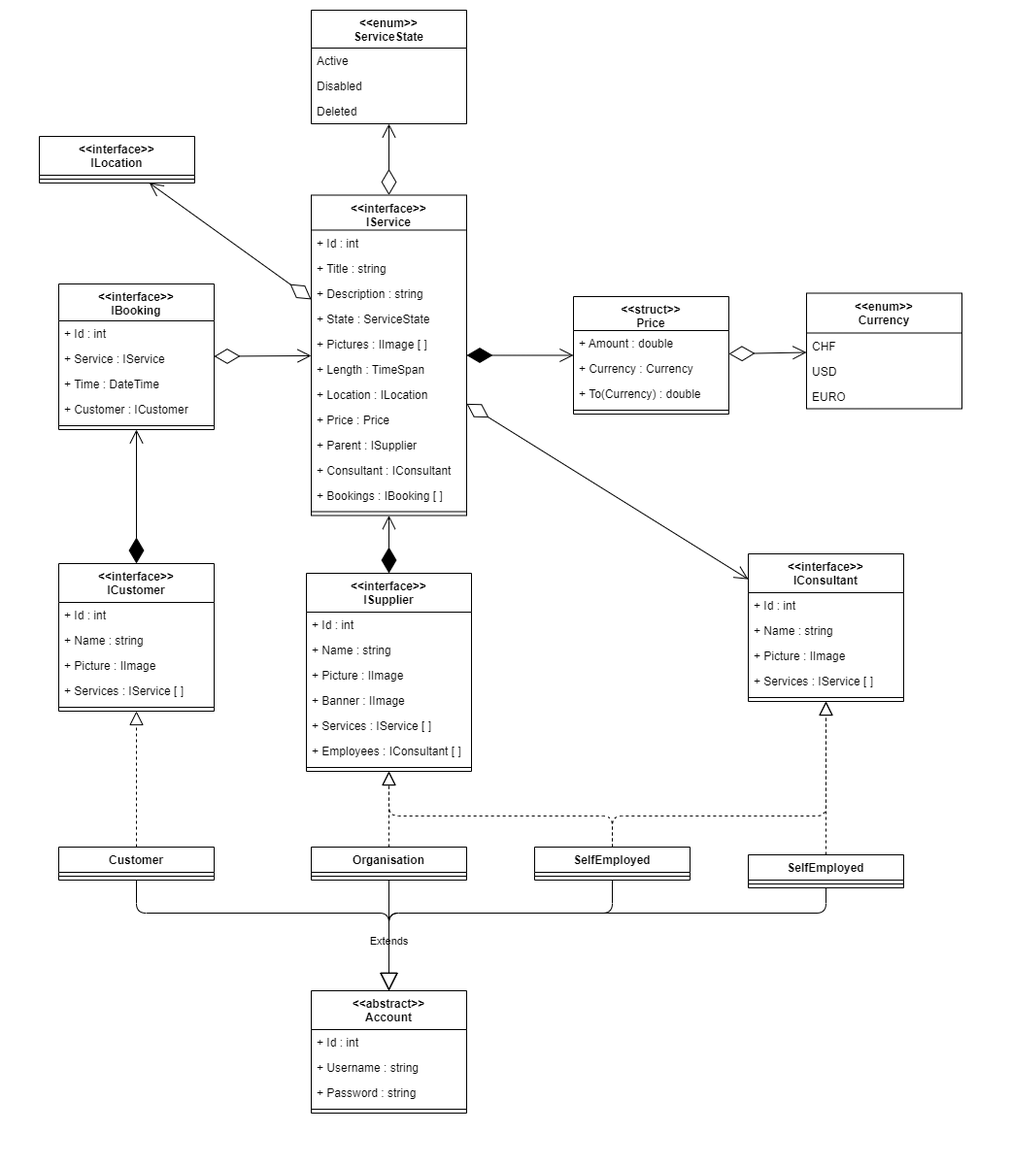
Above: diagrams/booking.drawio.png in Humteria/booking-hive (draw.io), before the change. Source tidied: cells renumbered, new cells last; positions are measured from the earlier drawing's top-left corner, leaving out a move shared by most shapes.
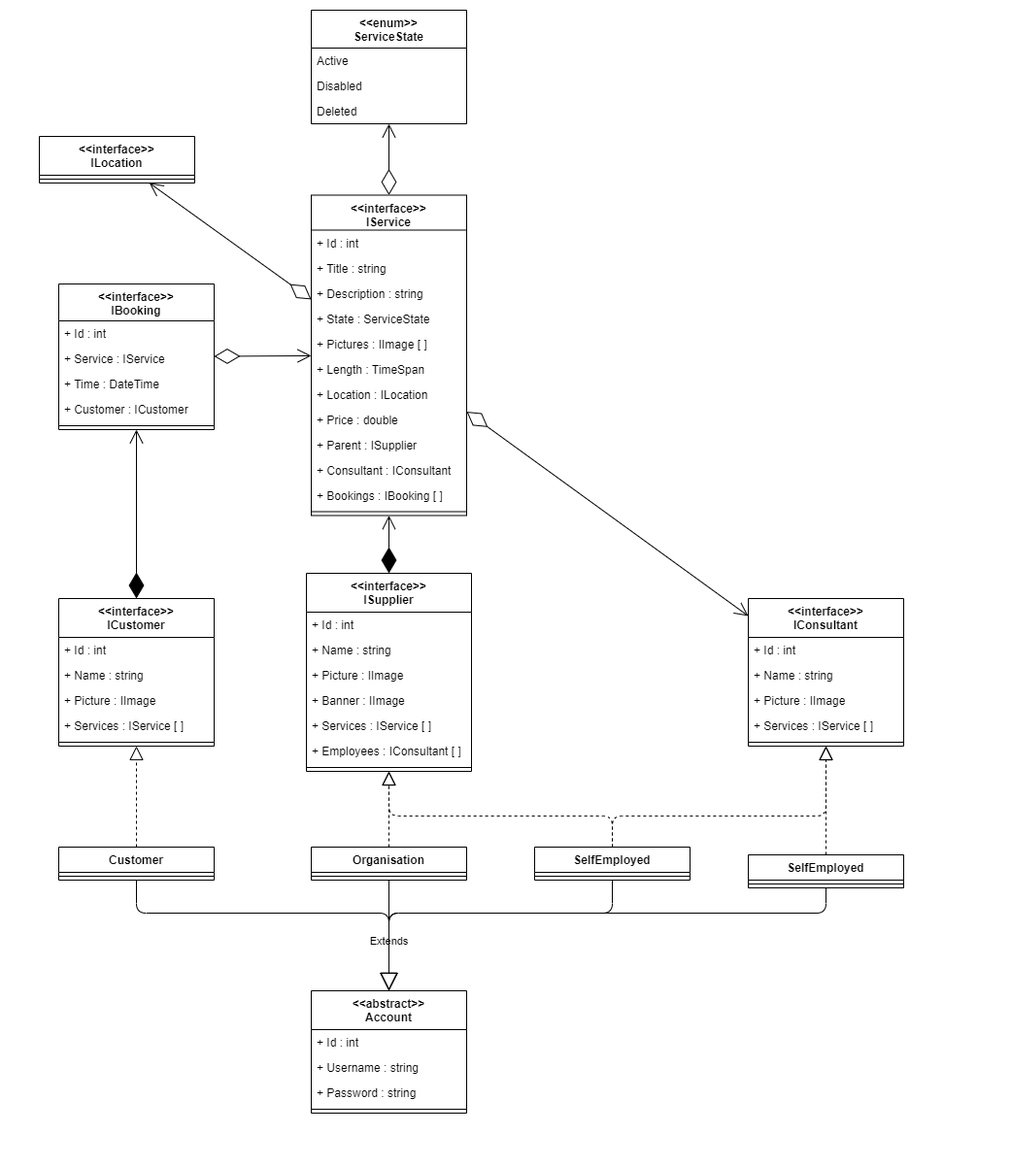
The same diagram one commit later.

Change to the diagram source:
```diff
@@ -44,7 +44,7 @@
     <mxCell id="15" value="+ Location : ILocation" style="text;strokeColor=none;fillColor=none;align=left;verticalAlign=top;spacingLeft=4;spacingRight=4;overflow=hidden;" parent="8" vertex="1">
       <mxGeometry y="192" width="160" height="26" as="geometry" />
     </mxCell>
-    <mxCell id="16" value="+ Price : Price" style="text;strokeColor=none;fillColor=none;align=left;verticalAlign=top;spacingLeft=4;spacingRight=4;overflow=hidden;" parent="8" vertex="1">
+    <mxCell id="16" value="+ Price : double" style="text;strokeColor=none;fillColor=none;align=left;verticalAlign=top;spacingLeft=4;spacingRight=4;overflow=hidden;" parent="8" vertex="1">
       <mxGeometry y="218" width="160" height="26" as="geometry" />
     </mxCell>
     <mxCell id="17" value="+ Parent : ISupplier" style="text;strokeColor=none;fillColor=none;align=left;verticalAlign=top;spacingLeft=4;spacingRight=4;overflow=hidden;" parent="8" vertex="1">
@@ -101,36 +101,6 @@
     <mxCell id="34" style="line;strokeWidth=1;fillColor=none;align=left;verticalAlign=middle;spacingTop=-1;spacingLeft=3;spacingRight=3;labelPosition=right;strokeColor=inherit;" parent="29" vertex="1">
       <mxGeometry y="142" width="160" height="8" as="geometry" />
     </mxCell>
-    <mxCell id="35" value="&lt;&lt;struct&gt;&gt;&#10;Price" style="swimlane;fontStyle=1;align=center;verticalAlign=top;horizontal=1;startSize=35;" parent="1" vertex="1">
-      <mxGeometry x="590" y="305" width="160" height="121" as="geometry" />
-    </mxCell>
-    <mxCell id="36" value="+ Amount : double" style="text;strokeColor=none;fillColor=none;align=left;verticalAlign=top;spacingLeft=4;spacingRight=4;overflow=hidden;" parent="35" vertex="1">
-      <mxGeometry y="35" width="160" height="26" as="geometry" />
-    </mxCell>
-    <mxCell id="37" value="+ Currency : Currency" style="text;strokeColor=none;fillColor=none;align=left;verticalAlign=top;spacingLeft=4;spacingRight=4;overflow=hidden;" parent="35" vertex="1">
-      <mxGeometry y="61" width="160" height="26" as="geometry" />
-    </mxCell>
-    <mxCell id="38" value="+ To(Currency) : double" style="text;strokeColor=none;fillColor=none;align=left;verticalAlign=top;spacingLeft=4;spacingRight=4;overflow=hidden;" parent="35" vertex="1">
-      <mxGeometry y="87" width="160" height="26" as="geometry" />
-    </mxCell>
-    <mxCell id="39" style="line;strokeWidth=1;fillColor=none;align=left;verticalAlign=middle;spacingTop=-1;spacingLeft=3;spacingRight=3;labelPosition=right;strokeColor=inherit;" parent="35" vertex="1">
-      <mxGeometry y="113" width="160" height="8" as="geometry" />
-    </mxCell>
-    <mxCell id="40" value="&lt;&lt;enum&gt;&gt; &#10;Currency" style="swimlane;fontStyle=1;align=center;verticalAlign=top;horizontal=1;startSize=41;" parent="1" vertex="1">
-      <mxGeometry x="830" y="301.5" width="160" height="119" as="geometry" />
-    </mxCell>
-    <mxCell id="41" value="CHF" style="text;strokeColor=none;fillColor=none;align=left;verticalAlign=top;spacingLeft=4;spacingRight=4;overflow=hidden;" parent="40" vertex="1">
-      <mxGeometry y="41" width="160" height="26" as="geometry" />
-    </mxCell>
-    <mxCell id="42" value="USD" style="text;strokeColor=none;fillColor=none;align=left;verticalAlign=top;spacingLeft=4;spacingRight=4;overflow=hidden;" parent="40" vertex="1">
-      <mxGeometry y="67" width="160" height="26" as="geometry" />
-    </mxCell>
-    <mxCell id="43" value="EURO" style="text;strokeColor=none;fillColor=none;align=left;verticalAlign=top;spacingLeft=4;spacingRight=4;overflow=hidden;" parent="40" vertex="1">
-      <mxGeometry y="93" width="160" height="26" as="geometry" />
-    </mxCell>
-    <mxCell id="44" style="endArrow=diamondThin;endFill=1;endSize=24;html=1;startArrow=open;startFill=0;startSize=12;" parent="1" edge="1" source="35" target="8">
-      <mxGeometry relative="1" as="geometry" />
-    </mxCell>
     <mxCell id="45" style="endArrow=diamondThin;endFill=0;endSize=24;html=1;startArrow=open;startFill=0;startSize=12;" parent="1" edge="1" source="8" target="29">
       <mxGeometry relative="1" as="geometry" />
     </mxCell>
@@ -149,9 +119,6 @@
     <mxCell id="50" style="endArrow=diamondThin;endFill=0;endSize=24;html=1;startArrow=open;startFill=0;startSize=12;" parent="1" edge="1" source="46" target="8">
       <mxGeometry relative="1" as="geometry" />
     </mxCell>
-    <mxCell id="51" style="endArrow=diamondThin;endFill=0;endSize=24;html=1;startArrow=open;startFill=0;startSize=12;" parent="1" edge="1" source="40" target="35">
-      <mxGeometry relative="1" as="geometry" />
-    </mxCell>
     <mxCell id="52" style="endArrow=diamondThin;endFill=1;endSize=24;html=1;startArrow=open;startFill=0;startSize=12;" parent="1" edge="1" source="8" target="21">
       <mxGeometry relative="1" as="geometry" />
     </mxCell>
@@ -165,7 +132,7 @@
       <mxGeometry relative="1" as="geometry" />
     </mxCell>
     <mxCell id="56" value="&lt;&lt;interface&gt;&gt;&#10;ICustomer" style="swimlane;fontStyle=1;align=center;verticalAlign=top;horizontal=1;startSize=40;" parent="1" vertex="1">
-      <mxGeometry x="60" y="580" width="160" height="152" as="geometry" />
+      <mxGeometry x="60" y="616" width="160" height="152" as="geometry" />
     </mxCell>
     <mxCell id="57" value="+ Id : int" style="text;strokeColor=none;fillColor=none;align=left;verticalAlign=top;spacingLeft=4;spacingRight=4;overflow=hidden;" parent="56" vertex="1">
       <mxGeometry y="40" width="160" height="26" as="geometry" />
@@ -186,7 +153,7 @@
       <mxGeometry relative="1" as="geometry" />
     </mxCell>
     <mxCell id="63" value="&lt;&lt;interface&gt;&gt;&#10;IConsultant" style="swimlane;fontStyle=1;align=center;verticalAlign=top;horizontal=1;startSize=40;" parent="1" vertex="1">
-      <mxGeometry x="770" y="570" width="160" height="152" as="geometry" />
+      <mxGeometry x="770" y="616" width="160" height="152" as="geometry" />
     </mxCell>
     <mxCell id="64" value="+ Id : int" style="text;strokeColor=none;fillColor=none;align=left;verticalAlign=top;spacingLeft=4;spacingRight=4;overflow=hidden;" parent="63" vertex="1">
       <mxGeometry y="40" width="160" height="26" as="geometry" />
```
